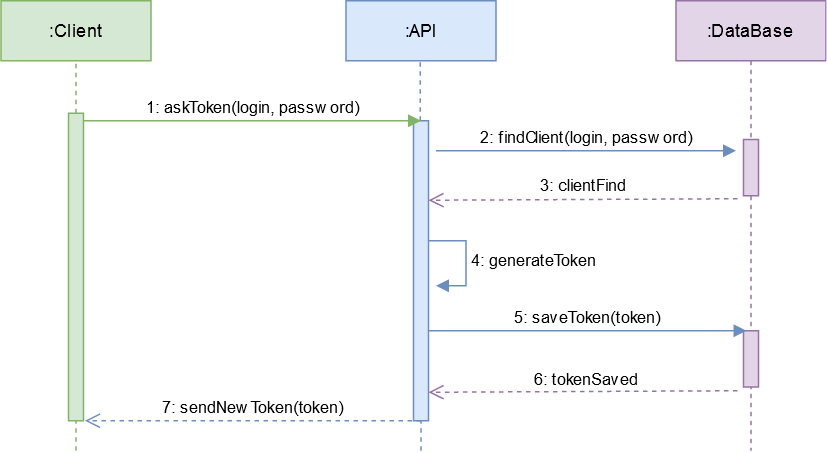
Above: public/diagrams/sequence diagram-create token.png in Shiiyo/7-BileMo (draw.io), before the change. Source tidied: cells renumbered, new cells last; positions are measured from the earlier drawing's top-left corner, leaving out a move shared by most shapes.
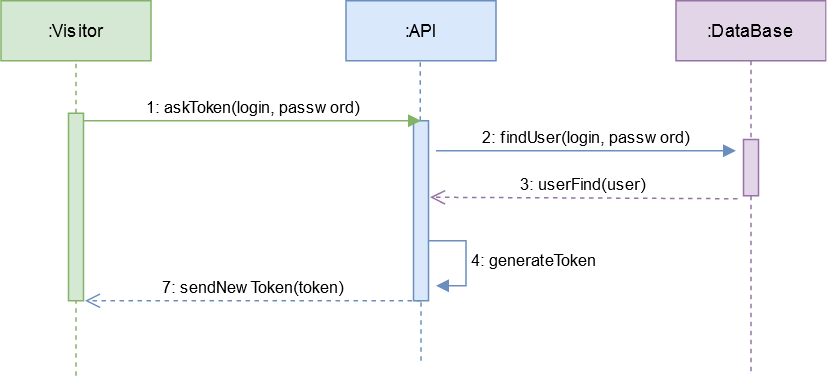
After the change.

Diff of the diagram source:
```diff
@@ -2,7 +2,7 @@
   <root>
     <mxCell id="0" />
     <mxCell id="1" parent="0" />
-    <mxCell id="2" value=":Client" style="whiteSpace=wrap;html=1;align=center;fillColor=#d5e8d4;strokeColor=#82b366;" parent="1" vertex="1">
+    <mxCell id="2" value=":Visitor" style="whiteSpace=wrap;html=1;align=center;fillColor=#d5e8d4;strokeColor=#82b366;" parent="1" vertex="1">
       <mxGeometry width="100" height="40" as="geometry" />
     </mxCell>
     <mxCell id="3" value=":API" style="whiteSpace=wrap;html=1;align=center;fillColor=#dae8fc;strokeColor=#6c8ebf;" parent="1" vertex="1">
@@ -17,19 +17,19 @@
       </mxGeometry>
     </mxCell>
     <mxCell id="6" style="html=1;points=[];perimeter=orthogonalPerimeter;fillColor=#d5e8d4;strokeColor=#82b366;" parent="1" vertex="1">
-      <mxGeometry x="45" y="75" width="10" height="205" as="geometry" />
+      <mxGeometry x="45" y="75" width="10" height="125" as="geometry" />
     </mxCell>
     <mxCell id="7" style="endArrow=none;dashed=1;html=1;entryX=0.5;entryY=1;entryDx=0;entryDy=0;fillColor=#d5e8d4;strokeColor=#82b366;" parent="1" edge="1" target="6">
       <mxGeometry relative="1" as="geometry">
-        <mxPoint x="50" y="300" as="sourcePoint" />
+        <mxPoint x="50" y="250" as="sourcePoint" />
       </mxGeometry>
     </mxCell>
     <mxCell id="8" style="html=1;points=[];perimeter=orthogonalPerimeter;fillColor=#dae8fc;strokeColor=#6c8ebf;" parent="1" vertex="1">
-      <mxGeometry x="275" y="80" width="10" height="200" as="geometry" />
+      <mxGeometry x="275" y="80" width="10" height="120" as="geometry" />
     </mxCell>
     <mxCell id="9" style="endArrow=none;dashed=1;html=1;entryX=0.5;entryY=1;entryDx=0;entryDy=0;fillColor=#dae8fc;strokeColor=#6c8ebf;" parent="1" edge="1" target="8">
       <mxGeometry relative="1" as="geometry">
-        <mxPoint x="280" y="300" as="sourcePoint" />
+        <mxPoint x="280" y="240" as="sourcePoint" />
       </mxGeometry>
     </mxCell>
     <mxCell id="10" value="1: askToken(login, password)" style="html=1;verticalAlign=bottom;endArrow=block;fillColor=#d5e8d4;strokeColor=#82b366;" parent="1" edge="1">
@@ -40,25 +40,22 @@
     </mxCell>
     <mxCell id="11" value="7: sendNewToken(token)" style="html=1;verticalAlign=bottom;endArrow=open;dashed=1;endSize=8;fillColor=#dae8fc;strokeColor=#6c8ebf;entryX=1.1;entryY=1;entryDx=0;entryDy=0;entryPerimeter=0;" parent="1" edge="1" target="6">
       <mxGeometry relative="1" as="geometry">
-        <mxPoint x="280" y="280" as="sourcePoint" />
+        <mxPoint x="280" y="200" as="sourcePoint" />
       </mxGeometry>
     </mxCell>
     <mxCell id="12" value=":DataBase" style="shape=umlLifeline;perimeter=lifelinePerimeter;whiteSpace=wrap;html=1;fillColor=#e1d5e7;strokeColor=#9673a6;" parent="1" vertex="1">
-      <mxGeometry x="450" width="100" height="300" as="geometry" />
+      <mxGeometry x="450" width="100" height="250" as="geometry" />
     </mxCell>
     <mxCell id="13" style="html=1;points=[];perimeter=orthogonalPerimeter;fillColor=#e1d5e7;strokeColor=#9673a6;" parent="12" vertex="1">
       <mxGeometry x="45" y="92.5" width="10" height="37.5" as="geometry" />
     </mxCell>
-    <mxCell id="14" style="html=1;points=[];perimeter=orthogonalPerimeter;fillColor=#e1d5e7;strokeColor=#9673a6;" parent="12" vertex="1">
-      <mxGeometry x="45" y="220" width="10" height="37.5" as="geometry" />
-    </mxCell>
-    <mxCell id="15" value="2: findClient(login, password)" style="html=1;verticalAlign=bottom;endArrow=block;fillColor=#dae8fc;strokeColor=#6c8ebf;" parent="1" edge="1">
+    <mxCell id="15" value="2: findUser(login, password)" style="html=1;verticalAlign=bottom;endArrow=block;fillColor=#dae8fc;strokeColor=#6c8ebf;" parent="1" edge="1">
       <mxGeometry relative="1" as="geometry">
         <mxPoint x="290" y="100" as="sourcePoint" />
         <mxPoint x="490" y="100" as="targetPoint" />
       </mxGeometry>
     </mxCell>
-    <mxCell id="16" value="3: clientFind" style="html=1;verticalAlign=bottom;endArrow=open;dashed=1;endSize=8;fillColor=#e1d5e7;strokeColor=#9673a6;exitX=-0.4;exitY=1.053;exitDx=0;exitDy=0;exitPerimeter=0;entryX=1;entryY=0.265;entryDx=0;entryDy=0;entryPerimeter=0;" parent="1" edge="1" source="13" target="8">
+    <mxCell id="16" value="3: userFind(user)" style="html=1;verticalAlign=bottom;endArrow=open;dashed=1;endSize=8;fillColor=#e1d5e7;strokeColor=#9673a6;exitX=-0.4;exitY=1.053;exitDx=0;exitDy=0;exitPerimeter=0;entryX=1.1;entryY=0.425;entryDx=0;entryDy=0;entryPerimeter=0;" parent="1" edge="1" source="13" target="8">
       <mxGeometry relative="1" as="geometry" />
     </mxCell>
     <mxCell id="17" value="4: generateToken" style="edgeStyle=orthogonalEdgeStyle;html=1;align=left;spacingLeft=2;endArrow=block;rounded=0;fillColor=#dae8fc;strokeColor=#6c8ebf;" parent="1" edge="1">
@@ -72,16 +69,5 @@
         </Array>
       </mxGeometry>
     </mxCell>
-    <mxCell id="18" value="5: saveToken(token)" style="html=1;verticalAlign=bottom;endArrow=block;fillColor=#dae8fc;strokeColor=#6c8ebf;entryX=0.2;entryY=0;entryDx=0;entryDy=0;entryPerimeter=0;" parent="1" edge="1" target="14">
-      <mxGeometry relative="1" as="geometry">
-        <mxPoint x="285" y="220" as="sourcePoint" />
-      </mxGeometry>
-    </mxCell>
-    <mxCell id="19" value="6: tokenSaved" style="html=1;verticalAlign=bottom;endArrow=open;dashed=1;endSize=8;fillColor=#e1d5e7;strokeColor=#9673a6;exitX=-0.4;exitY=1.053;exitDx=0;exitDy=0;exitPerimeter=0;entryX=1;entryY=0.265;entryDx=0;entryDy=0;entryPerimeter=0;" parent="1" edge="1">
-      <mxGeometry x="-0.02" y="1" relative="1" as="geometry">
-        <mxPoint x="491" y="260" as="sourcePoint" />
-        <mxPoint x="285" y="261" as="targetPoint" />
-      </mxGeometry>
-    </mxCell>
   </root>
 </mxGraphModel>
```
